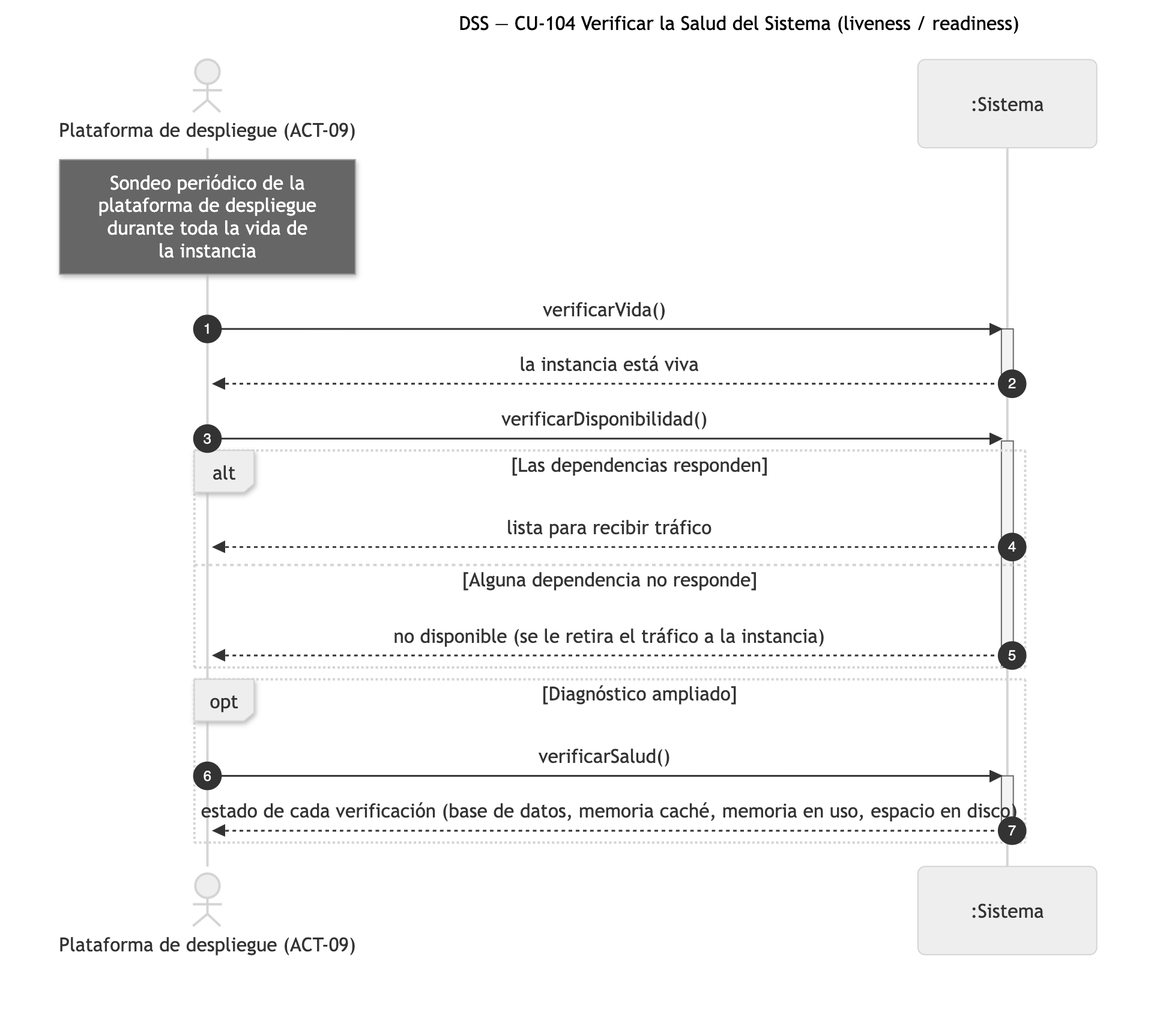
Earlier version of the Mermaid export diagramas/png/DSS_CU-104_Verificar-La-Salud-Del-Sistema.png (Nahuelito-Dev/splg-docs). Its source is kept beside it as diagramas/DSS_CU-104_Verificar-La-Salud-Del-Sistema.mmd.
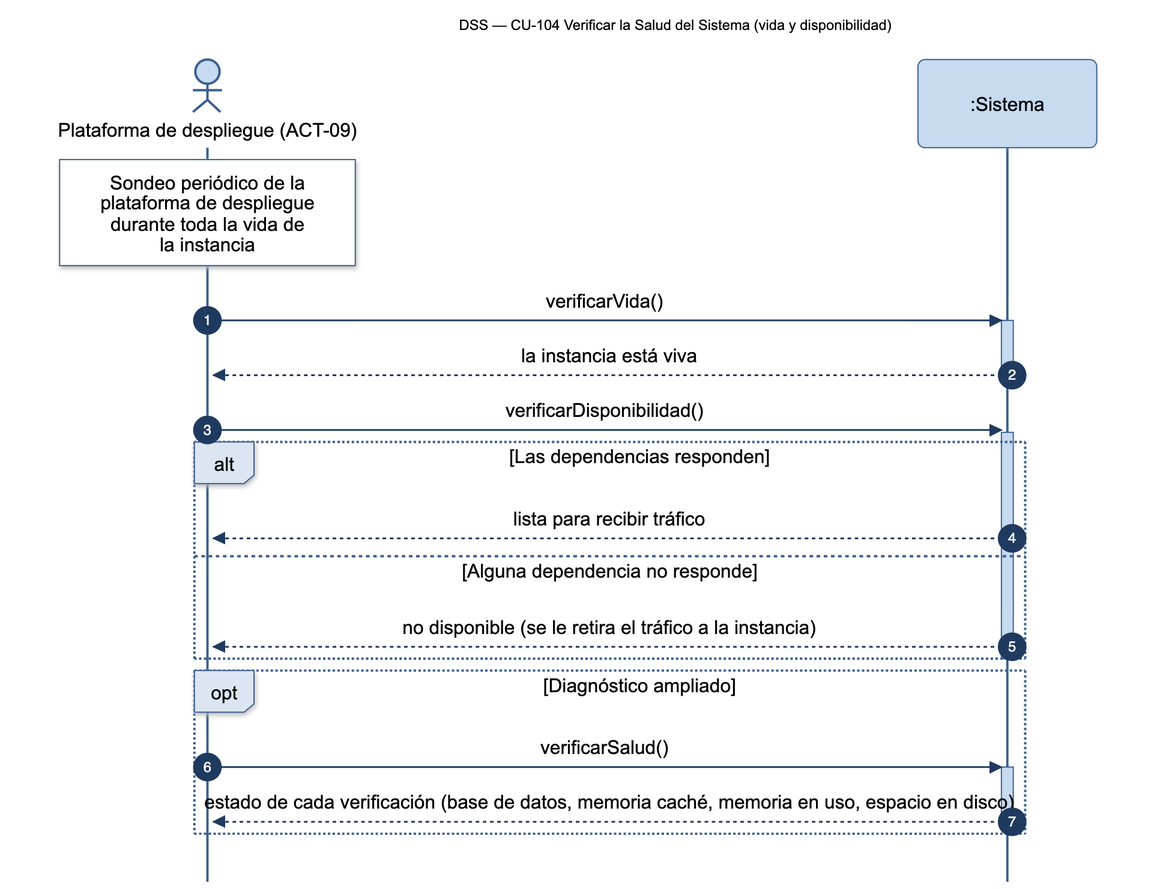
Above is the later version.

The edit, as a diff of the source:
```diff
@@ -1,5 +1,5 @@
 sequenceDiagram
-    title DSS — CU-104 Verificar la Salud del Sistema (liveness / readiness)
+    title DSS — CU-104 Verificar la Salud del Sistema (vida y disponibilidad)
     autonumber
     actor PLA as Plataforma de despliegue (ACT-09)
     participant SIS as :Sistema
```
